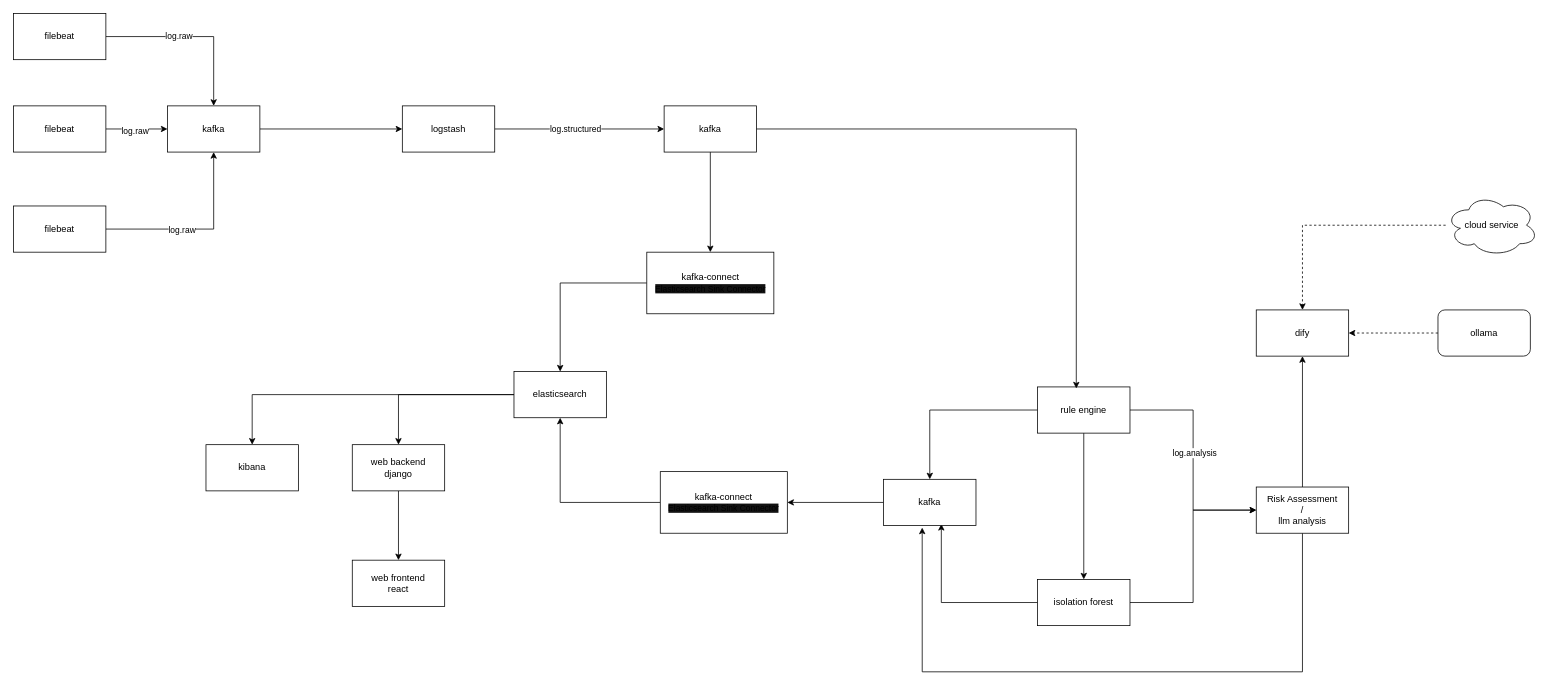
northridgedesertcat/AuditWeaver keeps this draw.io diagram as docs/develop/system-design/architecture/current.drawio. Above is the earlier version. Source tidied: cells renumbered, new cells numbered last; positions are measured from the earlier drawing's top-left corner, leaving out a move shared by most shapes. Both pictures are drawn from the tidied source at 77%, with x=0, y=0 at pixel (13, 13).
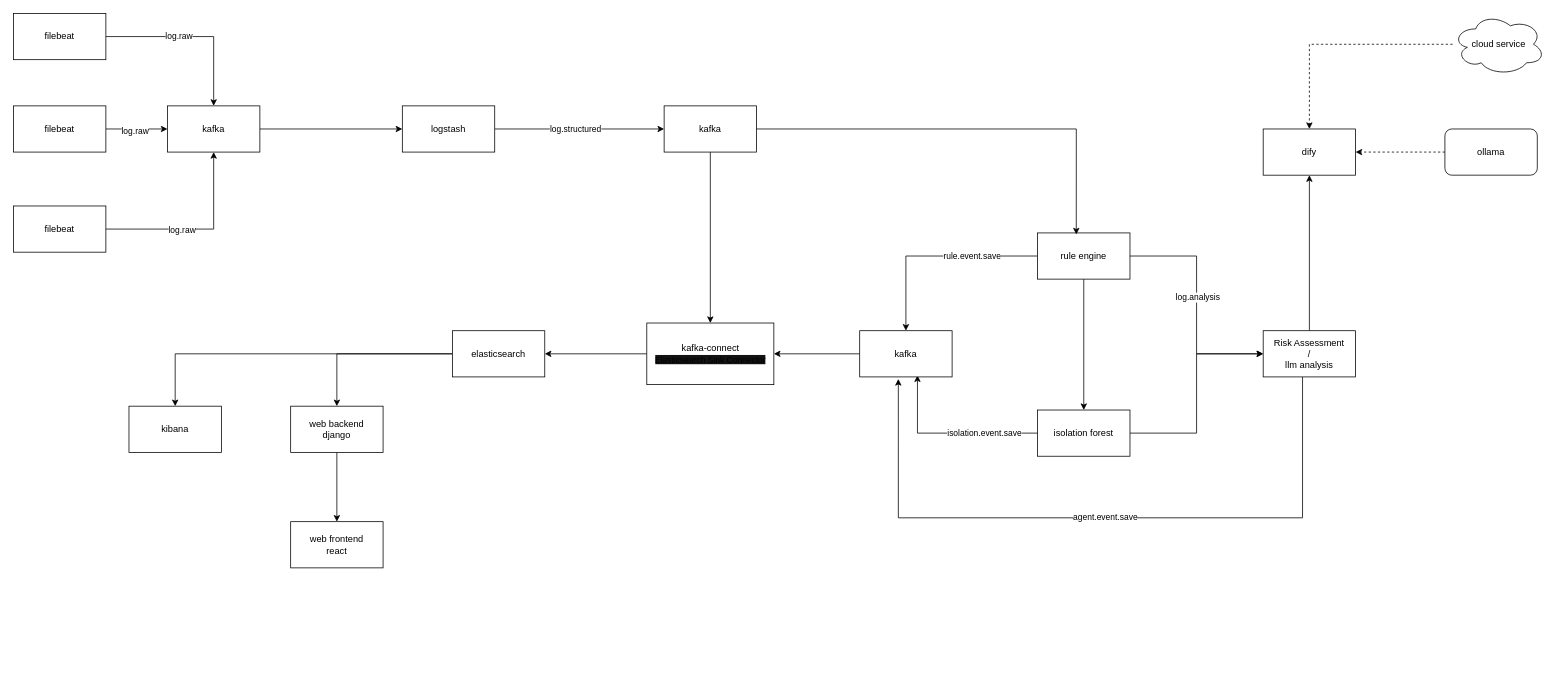
After the change.

Unchanged cells that the change refers to:
```xml
<mxCell id="17" value="kafka" style="rounded=0;whiteSpace=wrap;html=1;" parent="1" vertex="1">
  <mxGeometry x="845" y="120" width="120" height="60" as="geometry" />
</mxCell>
<mxCell id="24" style="edgeStyle=orthogonalEdgeStyle;rounded=0;jettySize=auto;html=1;entryX=0.5;entryY=0;entryDx=0;entryDy=0;" parent="1" edge="1" source="25" target="47">
  <mxGeometry relative="1" as="geometry" />
</mxCell>
<mxCell id="28" style="edgeStyle=orthogonalEdgeStyle;rounded=0;jettySize=auto;html=1;entryX=0.625;entryY=0.966;entryDx=0;entryDy=0;entryPerimeter=0;" parent="1" edge="1" source="29" target="47">
  <mxGeometry relative="1" as="geometry" />
</mxCell>
```

Diff of the diagram source:
```diff
@@
-    <mxCell id="16" style="edgeStyle=orthogonalEdgeStyle;rounded=0;jettySize=auto;html=1;" parent="1" edge="1" source="17" target="43">
-      <mxGeometry relative="1" as="geometry" />
-    </mxCell>
+    <mxCell id="48" style="edgeStyle=orthogonalEdgeStyle;rounded=0;jettySize=auto;html=1;entryX=0.5;entryY=0;entryDx=0;entryDy=0;" parent="1" edge="1" source="17" target="45">
+      <mxGeometry relative="1" as="geometry" />
+    </mxCell>
@@
     <mxCell id="20" value="elasticsearch" style="rounded=0;whiteSpace=wrap;html=1;" parent="1" vertex="1">
-      <mxGeometry x="650" y="465" width="120" height="60" as="geometry" />
+      <mxGeometry x="570" y="412" width="120" height="60" as="geometry" />
     </mxCell>
@@
+    <mxCell id="49" value="&lt;div style=&quot;color: rgb(209, 211, 219); background-color: rgb(26, 27, 29); font-family: &amp;quot;JetBrains Mono&amp;quot;, Consolas, &amp;quot;Courier New&amp;quot;, monospace; font-size: 13px; line-height: 22px; white-space: pre;&quot;&gt;&lt;br&gt;&lt;/div&gt;" style="edgeLabel;html=1;align=center;verticalAlign=middle;" parent="24" vertex="1">
+      <mxGeometry x="-0.29" y="-1" relative="1" as="geometry" />
+    </mxCell>
+    <mxCell id="50" value="rule.event.save" style="edgeLabel;html=1;align=center;verticalAlign=middle;" parent="24" vertex="1">
+      <mxGeometry x="-0.36" relative="1" as="geometry" />
+    </mxCell>
     <mxCell id="25" value="rule engine" style="rounded=0;whiteSpace=wrap;html=1;" parent="1" vertex="1">
-      <mxGeometry x="1330" y="485" width="120" height="60" as="geometry" />
+      <mxGeometry x="1330" y="285" width="120" height="60" as="geometry" />
     </mxCell>
     <mxCell id="26" value="kibana" style="rounded=0;whiteSpace=wrap;html=1;" parent="1" vertex="1">
-      <mxGeometry x="250" y="560" width="120" height="60" as="geometry" />
+      <mxGeometry x="150" y="510" width="120" height="60" as="geometry" />
     </mxCell>
@@
+    <mxCell id="51" value="isolation.event.save" style="edgeLabel;html=1;align=center;verticalAlign=middle;" parent="28" vertex="1">
+      <mxGeometry x="-0.39" y="-1" relative="1" as="geometry" />
+    </mxCell>
     <mxCell id="29" value="isolation forest" style="rounded=0;whiteSpace=wrap;html=1;" parent="1" vertex="1">
-      <mxGeometry x="1330" y="735" width="120" height="60" as="geometry" />
+      <mxGeometry x="1330" y="515" width="120" height="60" as="geometry" />
     </mxCell>
@@
     <mxCell id="31" style="edgeStyle=orthogonalEdgeStyle;rounded=0;jettySize=auto;html=1;entryX=0.418;entryY=1.045;entryDx=0;entryDy=0;entryPerimeter=0;" parent="1" edge="1" source="32" target="47">
       <mxGeometry relative="1" as="geometry">
         <Array as="points">
-          <mxPoint x="1674" y="855" />
-          <mxPoint x="1180" y="855" />
+          <mxPoint x="1674.1" y="655" />
+          <mxPoint x="1149.9" y="655" />
+          <mxPoint x="1149.9" y="474.6" />
         </Array>
       </mxGeometry>
     </mxCell>
+    <mxCell id="52" value="agent.event.save" style="edgeLabel;html=1;align=center;verticalAlign=middle;" parent="31" vertex="1">
+      <mxGeometry x="-0.01" y="-2" relative="1" as="geometry" />
+    </mxCell>
     <mxCell id="32" value="Risk Assessment&lt;div&gt;/&lt;/div&gt;&lt;div&gt;llm analysis&lt;/div&gt;" style="rounded=0;whiteSpace=wrap;html=1;" parent="1" vertex="1">
-      <mxGeometry x="1614" y="615" width="120" height="60" as="geometry" />
+      <mxGeometry x="1623" y="412" width="120" height="60" as="geometry" />
     </mxCell>
@@
     <mxCell id="34" value="&lt;div&gt;web backend&lt;/div&gt;django" style="rounded=0;whiteSpace=wrap;html=1;" parent="1" vertex="1">
-      <mxGeometry x="440" y="560" width="120" height="60" as="geometry" />
+      <mxGeometry x="360" y="510" width="120" height="60" as="geometry" />
     </mxCell>
     <mxCell id="35" value="&lt;div&gt;web frontend&lt;/div&gt;react" style="rounded=0;whiteSpace=wrap;html=1;" parent="1" vertex="1">
-      <mxGeometry x="440" y="710" width="120" height="60" as="geometry" />
+      <mxGeometry x="360" y="660" width="120" height="60" as="geometry" />
     </mxCell>
     <mxCell id="36" value="dify" style="rounded=0;whiteSpace=wrap;html=1;" parent="1" vertex="1">
-      <mxGeometry x="1614" y="385" width="120" height="60" as="geometry" />
+      <mxGeometry x="1623" y="150" width="120" height="60" as="geometry" />
     </mxCell>
@@
     <mxCell id="38" value="ollama" style="rounded=1;whiteSpace=wrap;html=1;" parent="1" vertex="1">
-      <mxGeometry x="1850" y="385" width="120" height="60" as="geometry" />
+      <mxGeometry x="1859" y="150" width="120" height="60" as="geometry" />
     </mxCell>
@@
     <mxCell id="40" value="cloud service" style="ellipse;shape=cloud;whiteSpace=wrap;html=1;" parent="1" vertex="1">
-      <mxGeometry x="1860" y="235" width="120" height="80" as="geometry" />
+      <mxGeometry x="1869" width="120" height="80" as="geometry" />
     </mxCell>
@@
-    <mxCell id="42" style="edgeStyle=orthogonalEdgeStyle;rounded=0;jettySize=auto;html=1;" parent="1" edge="1" source="43" target="20">
-      <mxGeometry relative="1" as="geometry" />
-    </mxCell>
-    <mxCell id="43" value="kafka-connect&lt;div&gt;&lt;span style=&quot;font-size: 11px; white-space: nowrap; background-color: rgb(18, 18, 18);&quot;&gt;Elasticsearch Sink Connector&lt;/span&gt;&lt;/div&gt;" style="rounded=0;whiteSpace=wrap;html=1;" parent="1" vertex="1">
-      <mxGeometry x="822.5" y="310" width="165" height="80" as="geometry" />
-    </mxCell>
-    <mxCell id="44" style="edgeStyle=orthogonalEdgeStyle;rounded=0;jettySize=auto;html=1;entryX=0.5;entryY=1;entryDx=0;entryDy=0;" parent="1" edge="1" source="45" target="20">
+    <mxCell id="44" style="edgeStyle=orthogonalEdgeStyle;rounded=0;jettySize=auto;html=1;" parent="1" edge="1" source="45" target="20">
       <mxGeometry relative="1" as="geometry" />
     </mxCell>
     <mxCell id="45" value="kafka-connect&lt;div&gt;&lt;span style=&quot;font-size: 11px; white-space: nowrap; background-color: rgb(18, 18, 18);&quot;&gt;Elasticsearch Sink Connector&lt;/span&gt;&lt;/div&gt;" style="rounded=0;whiteSpace=wrap;html=1;" parent="1" vertex="1">
-      <mxGeometry x="840" y="595" width="165" height="80" as="geometry" />
+      <mxGeometry x="822.5" y="402" width="165" height="80" as="geometry" />
     </mxCell>
@@
     <mxCell id="47" value="kafka" style="rounded=0;whiteSpace=wrap;html=1;" parent="1" vertex="1">
-      <mxGeometry x="1130" y="605" width="120" height="60" as="geometry" />
+      <mxGeometry x="1099" y="412" width="120" height="60" as="geometry" />
     </mxCell>
```
